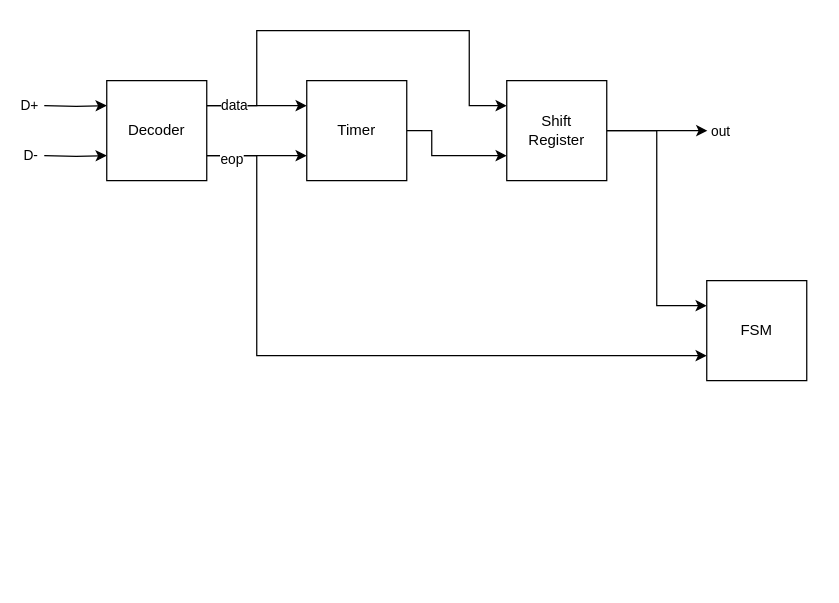
This is page "Top Level" (1 of 6) of diagrams/usb-rx.drawio from bryceberger/337-project, a draw.io file, before an edit. Source tidied: cells renumbered, new cells numbered last; positions are measured from the earlier drawing's top-left corner, leaving out a move shared by most shapes. Both pictures are drawn from the tidied source at 125%, with x=0, y=0 at pixel (44, 30).
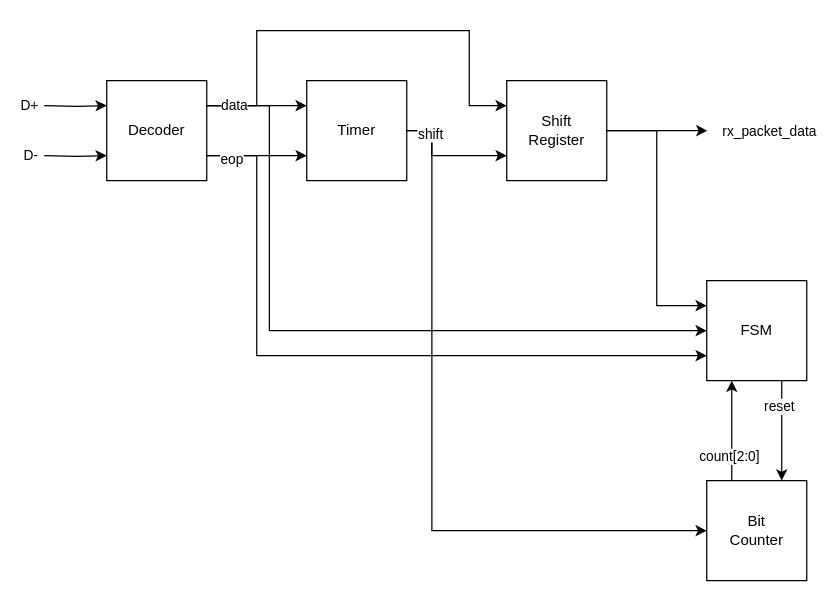
After the change.

Unchanged cells that the change refers to:
```xml
<mxCell id="11" value="Decoder" style="whiteSpace=wrap;html=1;" parent="1" vertex="1">
  <mxGeometry x="49.9" y="40" width="80" height="80" as="geometry" />
</mxCell>
<mxCell id="12" style="edgeStyle=orthogonalEdgeStyle;rounded=0;jettySize=auto;html=1;exitX=1;exitY=0.5;exitDx=0;exitDy=0;entryX=0;entryY=0.75;entryDx=0;entryDy=0;" parent="1" edge="1" source="13" target="17">
  <mxGeometry relative="1" as="geometry">
    <Array as="points">
      <mxPoint x="309.9" y="80" />
      <mxPoint x="309.9" y="100" />
    </Array>
  </mxGeometry>
</mxCell>
<mxCell id="13" value="Timer" style="whiteSpace=wrap;html=1;" parent="1" vertex="1">
  <mxGeometry x="209.9" y="40" width="80" height="80" as="geometry" />
</mxCell>
<mxCell id="15" style="edgeStyle=orthogonalEdgeStyle;rounded=0;jettySize=auto;html=1;exitX=1;exitY=0.5;exitDx=0;exitDy=0;" parent="1" edge="1" source="17">
  <mxGeometry relative="1" as="geometry">
    <mxPoint x="530.4" y="80" as="targetPoint" />
  </mxGeometry>
</mxCell>
<mxCell id="18" value="FSM" style="whiteSpace=wrap;html=1;" parent="1" vertex="1">
  <mxGeometry x="529.9" y="200" width="80" height="80" as="geometry" />
</mxCell>
```

What changed in the source:
```diff
@@
+    <mxCell id="19" style="edgeStyle=orthogonalEdgeStyle;rounded=0;jettySize=auto;html=1;exitX=1;exitY=0.5;exitDx=0;exitDy=0;entryX=0;entryY=0.5;entryDx=0;entryDy=0;" parent="1" edge="1" source="13" target="26">
+      <mxGeometry relative="1" as="geometry">
+        <Array as="points">
+          <mxPoint x="310" y="80" />
+          <mxPoint x="310" y="400" />
+        </Array>
+      </mxGeometry>
+    </mxCell>
@@
+    <mxCell id="20" style="edgeStyle=orthogonalEdgeStyle;rounded=0;jettySize=auto;html=1;exitX=1;exitY=0.25;exitDx=0;exitDy=0;entryX=0;entryY=0.5;entryDx=0;entryDy=0;" parent="1" edge="1" source="11" target="18">
+      <mxGeometry relative="1" as="geometry">
+        <Array as="points">
+          <mxPoint x="180" y="60" />
+          <mxPoint x="180" y="240" />
+        </Array>
+      </mxGeometry>
+    </mxCell>
@@
+    <mxCell id="21" value="shift" style="edgeLabel;html=1;align=center;verticalAlign=middle;" parent="12" vertex="1">
+      <mxGeometry x="-0.57" y="-1" relative="1" as="geometry" />
+    </mxCell>
@@
-    <mxCell id="16" value="out" style="edgeLabel;html=1;align=center;verticalAlign=middle;" parent="15" vertex="1">
+    <mxCell id="16" value="rx_packet_data" style="edgeLabel;html=1;align=center;verticalAlign=middle;" parent="15" vertex="1">
       <mxGeometry x="0.9" relative="1" as="geometry">
-        <mxPoint x="14" as="offset" />
+        <mxPoint x="53" as="offset" />
       </mxGeometry>
     </mxCell>
@@
+    <mxCell id="22" style="edgeStyle=orthogonalEdgeStyle;rounded=0;jettySize=auto;html=1;exitX=0.75;exitY=1;exitDx=0;exitDy=0;entryX=0.75;entryY=0;entryDx=0;entryDy=0;" parent="1" edge="1" source="18" target="26">
+      <mxGeometry relative="1" as="geometry" />
+    </mxCell>
+    <mxCell id="23" value="reset" style="edgeLabel;html=1;align=center;verticalAlign=middle;" parent="22" vertex="1">
+      <mxGeometry x="0.19" y="-2" relative="1" as="geometry">
+        <mxPoint y="-28" as="offset" />
+      </mxGeometry>
+    </mxCell>
@@
+    <mxCell id="24" style="edgeStyle=orthogonalEdgeStyle;rounded=0;jettySize=auto;html=1;exitX=0.25;exitY=0;exitDx=0;exitDy=0;entryX=0.25;entryY=1;entryDx=0;entryDy=0;" parent="1" edge="1" source="26" target="18">
+      <mxGeometry relative="1" as="geometry" />
+    </mxCell>
+    <mxCell id="25" value="count[2:0]" style="edgeLabel;html=1;align=center;verticalAlign=middle;" parent="24" vertex="1">
+      <mxGeometry x="0.02" y="2" relative="1" as="geometry">
+        <mxPoint y="21" as="offset" />
+      </mxGeometry>
+    </mxCell>
+    <mxCell id="26" value="Bit&lt;br&gt;Counter" style="whiteSpace=wrap;html=1;" parent="1" vertex="1">
+      <mxGeometry x="529.9" y="360" width="80" height="80" as="geometry" />
+    </mxCell>
```
